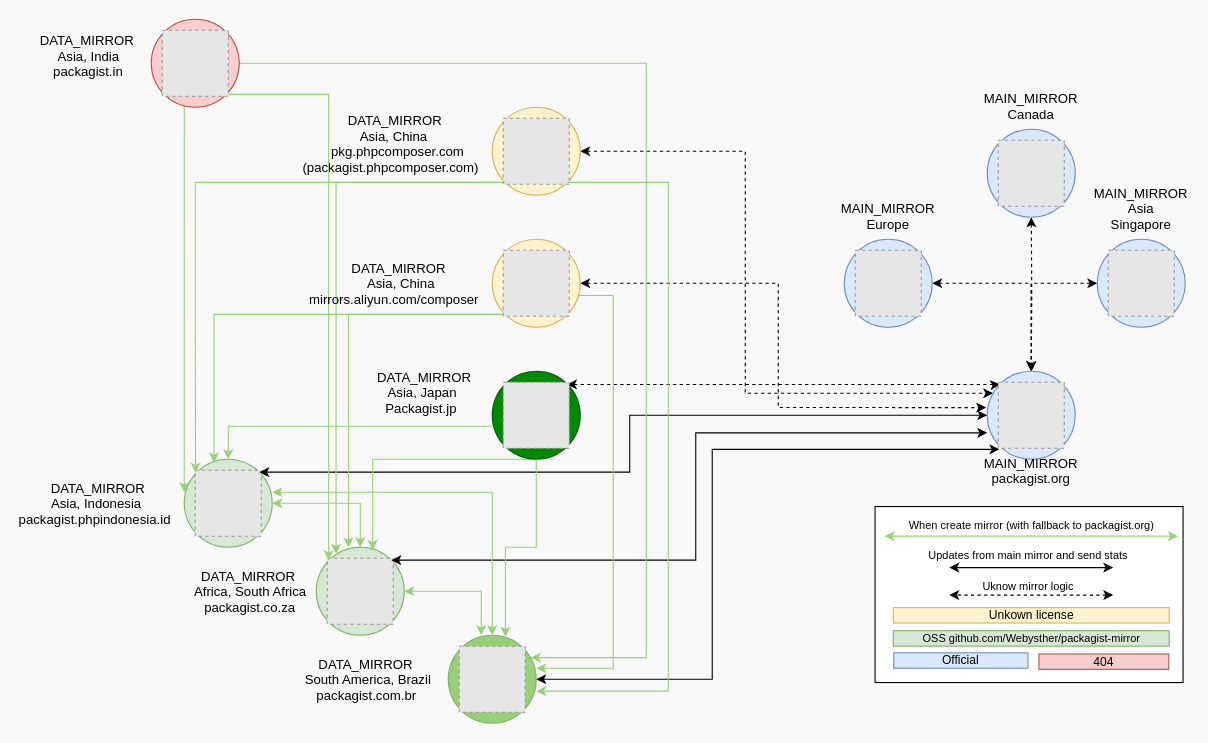
Earlier version of the draw.io diagram resources/public/network.drawio (webysther/packagist-mirror). Source tidied: cells renumbered, new cells numbered last; positions are measured from the earlier drawing's top-left corner, leaving out a move shared by most shapes. Both pictures are drawn from the tidied source at 110%, with x=0, y=0 at pixel (151, 19). Pictures stored in the file or linked from it are replaced by grey dashed boxes.
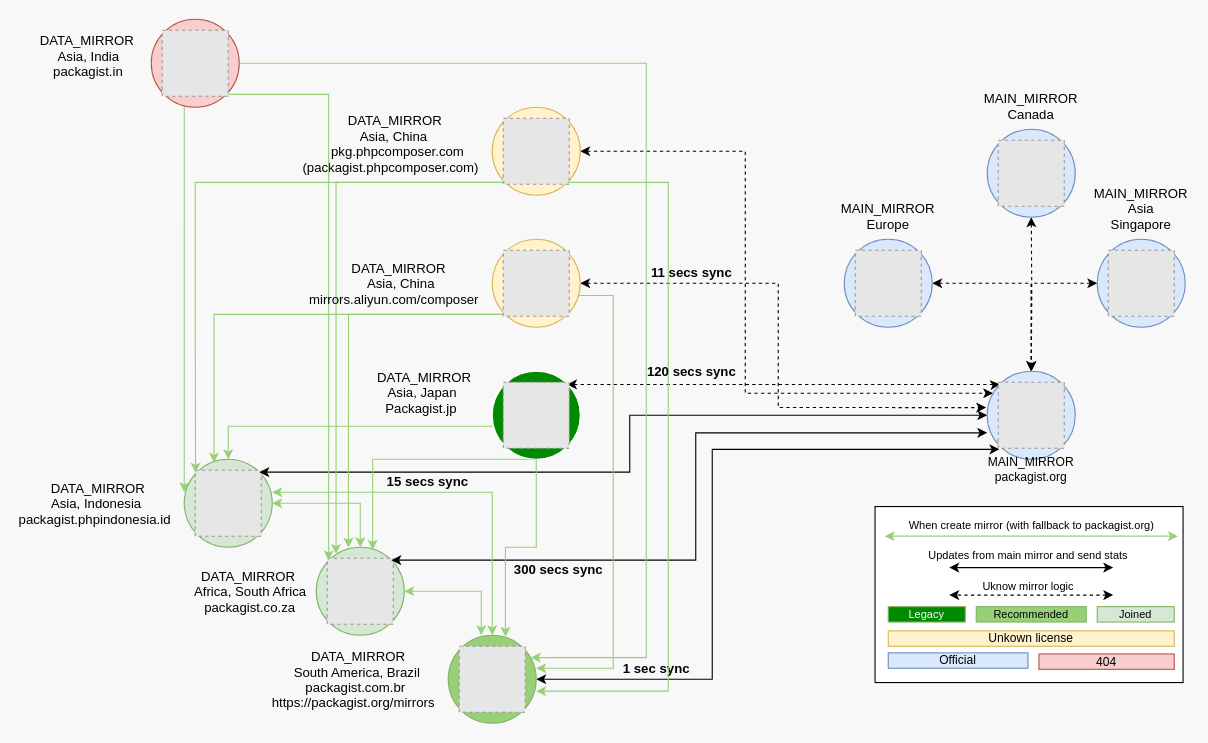
The same page after the edit.

Commit message (it also covers changes not shown here):
Network graph updated

Unchanged cells that the change refers to:
```xml
<mxCell id="4" style="edgeStyle=orthogonalEdgeStyle;rounded=0;jettySize=auto;html=1;entryX=0.017;entryY=1.017;entryDx=0;entryDy=0;entryPerimeter=0;startArrow=classic;startFill=1;" parent="1" edge="1" source="55" target="33">
  <mxGeometry relative="1" as="geometry">
    <Array as="points">
      <mxPoint x="510" y="600" />
      <mxPoint x="510" y="391" />
    </Array>
  </mxGeometry>
</mxCell>
<mxCell id="31" style="group;" parent="30" vertex="1">
  <mxGeometry width="80" height="80" as="geometry" />
</mxCell>
<mxCell id="37" style="edgeStyle=orthogonalEdgeStyle;rounded=0;jettySize=auto;html=1;exitX=1;exitY=0;exitDx=0;exitDy=0;entryX=0;entryY=0.7;entryDx=0;entryDy=0;entryPerimeter=0;startArrow=classic;startFill=1;endArrow=classic;endFill=1;strokeColor=#000000;fontSize=13;" parent="1" edge="1" source="14" target="32">
  <mxGeometry relative="1" as="geometry" />
</mxCell>
```

Diff of the diagram source:
```diff
@@
+    <mxCell id="74" value="&lt;font color=&quot;#030303&quot;&gt;1 sec sync&lt;/font&gt;" style="text;html=1;align=center;verticalAlign=middle;labelBackgroundColor=none;fontColor=#FCFCFC;fontStyle=1;" parent="4" vertex="1">
+      <mxGeometry x="0.36" y="-5" relative="1" as="geometry">
+        <mxPoint x="-110" y="194" as="offset" />
+      </mxGeometry>
+    </mxCell>
@@
-    <mxCell id="33" value="MAIN_MIRROR&#10;packagist.org" style="fillColor=#E6E6E6;strokeColor=#999999;dashed=1;verticalLabelPosition=bottom;labelBackgroundColor=none;verticalAlign=top;" parent="31" vertex="1">
+    <mxCell id="33" value="MAIN_MIRROR&#10;packagist.org" style="fillColor=#E6E6E6;strokeColor=#999999;dashed=1;verticalLabelPosition=bottom;labelBackgroundColor=none;verticalAlign=top;fontSize=11;" parent="31" vertex="1">
       <mxGeometry x="10" y="10" width="60" height="60" as="geometry" />
     </mxCell>
@@
+    <mxCell id="75" value="&lt;font color=&quot;#030303&quot;&gt;&lt;b&gt;300 secs sync&lt;/b&gt;&lt;/font&gt;" style="text;html=1;align=center;verticalAlign=middle;labelBackgroundColor=none;fontColor=#FCFCFC;" parent="37" vertex="1">
+      <mxGeometry x="-0.54" y="1" relative="1" as="geometry">
+        <mxPoint y="10" as="offset" />
+      </mxGeometry>
+    </mxCell>
     <mxCell id="38" value="&lt;span style=&quot;font-size: 11px; text-align: left;&quot;&gt;Unkown license&lt;/span&gt;" style="text;html=1;align=center;verticalAlign=middle;whiteSpace=wrap;rounded=0;labelBackgroundColor=none;fontSize=11;fillColor=#fff2cc;strokeColor=#d6b656;" parent="1" vertex="1">
-      <mxGeometry x="674.6" y="534.9" width="250.8" height="14" as="geometry" />
+      <mxGeometry x="670" y="556" width="260" height="14" as="geometry" />
     </mxCell>
-    <mxCell id="39" value="&lt;span style=&quot;font-size: 10px; text-align: left;&quot;&gt;OSS github.com/&lt;/span&gt;&lt;span style=&quot;font-size: 10px; text-align: left;&quot;&gt;Webysther/packagist-mirror&lt;/span&gt;" style="text;html=1;strokeColor=#82b366;fillColor=#d5e8d4;align=center;verticalAlign=middle;whiteSpace=wrap;rounded=0;labelBackgroundColor=none;fontSize=10;" parent="1" vertex="1">
-      <mxGeometry x="674.6" y="555.9" width="250.8" height="14" as="geometry" />
+    <mxCell id="39" value="&lt;div style=&quot;text-align: left&quot;&gt;Recommended&lt;/div&gt;" style="text;html=1;strokeColor=#82b366;fillColor=#97D077;align=center;verticalAlign=middle;whiteSpace=wrap;rounded=0;labelBackgroundColor=none;fontSize=10;" parent="1" vertex="1">
+      <mxGeometry x="750" y="534" width="100" height="14" as="geometry" />
     </mxCell>
     <mxCell id="40" value="&lt;div style=&quot;text-align: left; font-size: 11px;&quot;&gt;&lt;span style=&quot;font-size: 11px;&quot;&gt;Official&lt;/span&gt;&lt;/div&gt;" style="text;html=1;strokeColor=#6c8ebf;fillColor=#dae8fc;align=center;verticalAlign=middle;whiteSpace=wrap;rounded=0;labelBackgroundColor=none;fontSize=11;" parent="1" vertex="1">
-      <mxGeometry x="675" y="576" width="122" height="14" as="geometry" />
+      <mxGeometry x="670" y="576" width="127" height="14" as="geometry" />
     </mxCell>
@@
     <mxCell id="48" value="&lt;div style=&quot;text-align: left ; font-size: 11px&quot;&gt;&lt;span style=&quot;font-size: 11px&quot;&gt;404&lt;/span&gt;&lt;/div&gt;" style="text;html=1;strokeColor=#b85450;fillColor=#f8cecc;align=center;verticalAlign=middle;whiteSpace=wrap;rounded=0;labelBackgroundColor=none;fontSize=11;" parent="1" vertex="1">
-      <mxGeometry x="807" y="577" width="118" height="14" as="geometry" />
+      <mxGeometry x="807" y="577" width="123" height="14" as="geometry" />
     </mxCell>
@@
-    <mxCell id="51" style="ellipse;whiteSpace=wrap;html=1;fillColor=#008a00;strokeColor=#005700;fontColor=#ffffff;" parent="1" vertex="1">
+    <mxCell id="51" style="ellipse;whiteSpace=wrap;html=1;fillColor=#008a00;strokeColor=#FFFFFF;fontColor=#ffffff;labelBorderColor=#FFFFFF;strokeWidth=1;gradientColor=none;" parent="1" vertex="1">
       <mxGeometry x="310" y="320" width="80" height="80" as="geometry" />
     </mxCell>
@@
-    <mxCell id="56" value=" DATA_MIRROR            &#10;South America, Brazil       &#10;packagist.com.br           " style="fillColor=#E6E6E6;strokeColor=#999999;dashed=1;verticalLabelPosition=middle;labelBackgroundColor=none;verticalAlign=middle;labelPosition=left;align=right;" parent="1" vertex="1">
+    <mxCell id="56" value=" DATA_MIRROR              &#10;South America, Brazil          &#10;packagist.com.br              &#10;https://packagist.org/mirrors      " style="fillColor=#E6E6E6;strokeColor=#999999;dashed=1;verticalLabelPosition=middle;labelBackgroundColor=none;verticalAlign=middle;labelPosition=left;align=right;" parent="1" vertex="1">
       <mxGeometry x="280" y="570" width="60" height="60" as="geometry" />
     </mxCell>
@@
+    <mxCell id="76" value="&lt;div style=&quot;text-align: left&quot;&gt;Legacy&lt;/div&gt;" style="text;html=1;strokeColor=#82b366;fillColor=#008A00;align=center;verticalAlign=middle;whiteSpace=wrap;rounded=0;labelBackgroundColor=none;fontSize=10;fontColor=#FCFCFC;" parent="1" vertex="1">
+      <mxGeometry x="670" y="534" width="70" height="14" as="geometry" />
+    </mxCell>
+    <mxCell id="77" value="&lt;div style=&quot;text-align: left&quot;&gt;Joined&lt;/div&gt;" style="text;html=1;strokeColor=#82b366;fillColor=#D5E8D4;align=center;verticalAlign=middle;whiteSpace=wrap;rounded=0;labelBackgroundColor=none;fontSize=10;" parent="1" vertex="1">
+      <mxGeometry x="860" y="534" width="70" height="14" as="geometry" />
+    </mxCell>
+    <mxCell id="78" value="&lt;font color=&quot;#030303&quot;&gt;&lt;b&gt;15 secs sync&lt;/b&gt;&lt;/font&gt;" style="text;html=1;align=center;verticalAlign=middle;labelBackgroundColor=none;fontColor=#FCFCFC;" parent="1" vertex="1">
+      <mxGeometry x="250" y="410" as="geometry">
+        <mxPoint y="10" as="offset" />
+      </mxGeometry>
+    </mxCell>
+    <mxCell id="79" value="&lt;font color=&quot;#030303&quot;&gt;&lt;b&gt;120 secs sync&lt;/b&gt;&lt;/font&gt;" style="text;html=1;align=center;verticalAlign=middle;labelBackgroundColor=none;fontColor=#FCFCFC;" parent="1" vertex="1">
+      <mxGeometry x="490" y="310" as="geometry">
+        <mxPoint y="10" as="offset" />
+      </mxGeometry>
+    </mxCell>
+    <mxCell id="80" value="&lt;font color=&quot;#030303&quot;&gt;&lt;b&gt;11 secs sync&lt;/b&gt;&lt;/font&gt;" style="text;html=1;align=center;verticalAlign=middle;labelBackgroundColor=none;fontColor=#FCFCFC;" parent="1" vertex="1">
+      <mxGeometry x="490" y="220" as="geometry">
+        <mxPoint y="10" as="offset" />
+      </mxGeometry>
+    </mxCell>
```
